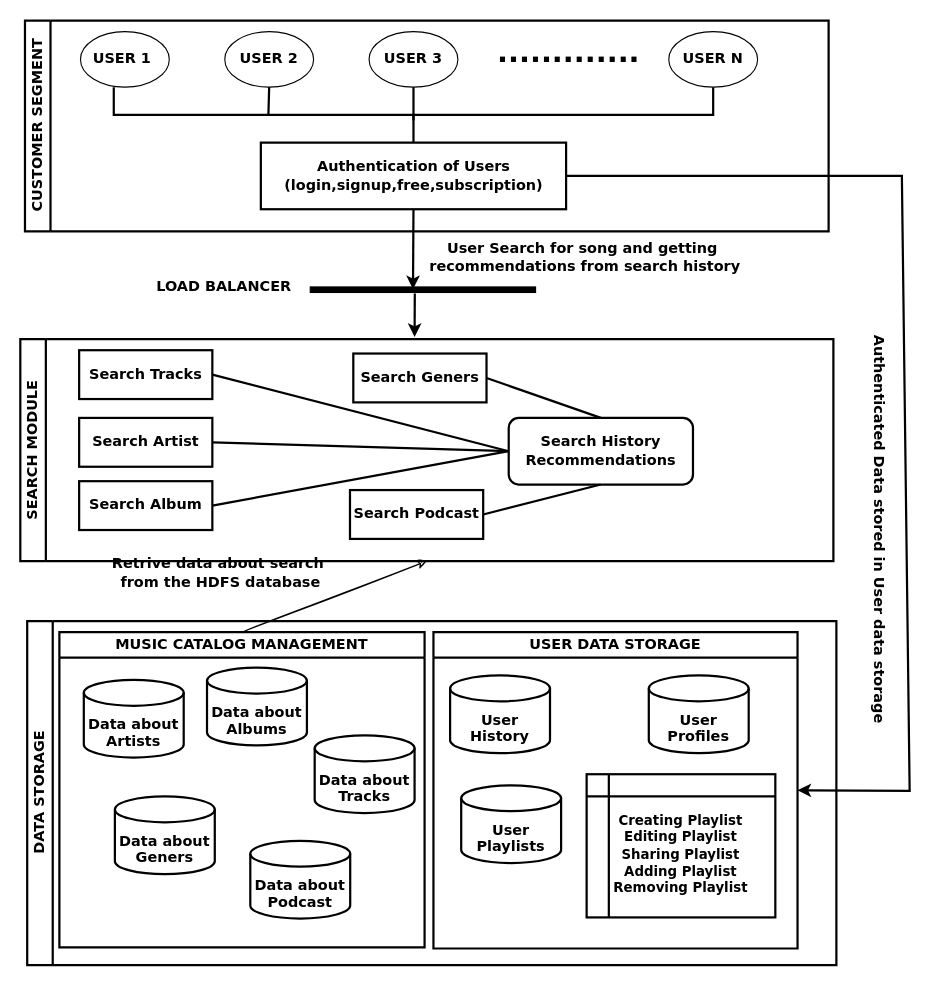
The draw.io diagram moksha_spotify.drawio in ChanumoluGayathri/System_Design, before the edit. Source tidied: cells renumbered, new cells numbered last; positions are measured from the earlier drawing's top-left corner, leaving out a move shared by most shapes. Both pictures are drawn from the tidied source at 111%, with x=0, y=0 at pixel (20, 20).
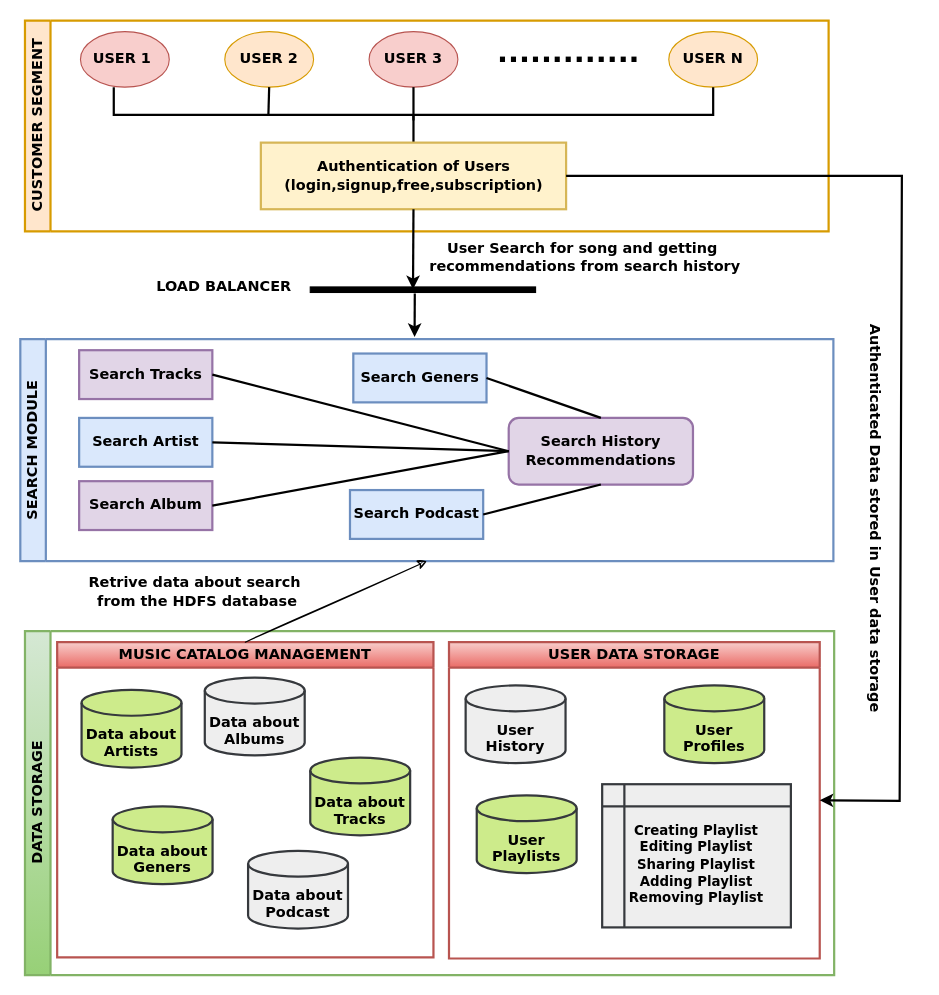
Above is the later version.

Change to the diagram source:
```diff
@@
-    <mxCell id="2" value="&lt;font style=&quot;font-size: 13px;&quot; face=&quot;Verdana&quot;&gt;&lt;b&gt;USER 1&amp;nbsp;&lt;/b&gt;&lt;/font&gt;" style="ellipse;whiteSpace=wrap;html=1;hachureGap=4;fontFamily=Architects Daughter;" parent="1" vertex="1">
+    <mxCell id="2" value="&lt;font style=&quot;font-size: 13px;&quot; face=&quot;Verdana&quot;&gt;&lt;b&gt;USER 1&amp;nbsp;&lt;/b&gt;&lt;/font&gt;" style="ellipse;whiteSpace=wrap;html=1;hachureGap=4;fontFamily=Architects Daughter;fillColor=#f8cecc;strokeColor=#b85450;" parent="1" vertex="1">
       <mxGeometry x="54" y="10" width="80" height="50" as="geometry" />
     </mxCell>
-    <mxCell id="3" value="&lt;b style=&quot;font-family: Verdana; font-size: 13px;&quot;&gt;USER 3&lt;/b&gt;" style="ellipse;whiteSpace=wrap;html=1;hachureGap=4;fontFamily=Architects Daughter;" parent="1" vertex="1">
+    <mxCell id="3" value="&lt;b style=&quot;font-family: Verdana; font-size: 13px;&quot;&gt;USER 3&lt;/b&gt;" style="ellipse;whiteSpace=wrap;html=1;hachureGap=4;fontFamily=Architects Daughter;fillColor=#f8cecc;strokeColor=#b85450;" parent="1" vertex="1">
       <mxGeometry x="314" y="10" width="80" height="50" as="geometry" />
     </mxCell>
-    <mxCell id="4" value="&lt;b style=&quot;font-family: Verdana; font-size: 13px;&quot;&gt;USER 2&lt;/b&gt;" style="ellipse;whiteSpace=wrap;html=1;hachureGap=4;fontFamily=Architects Daughter;" parent="1" vertex="1">
+    <mxCell id="4" value="&lt;b style=&quot;font-family: Verdana; font-size: 13px;&quot;&gt;USER 2&lt;/b&gt;" style="ellipse;whiteSpace=wrap;html=1;hachureGap=4;fontFamily=Architects Daughter;fillColor=#ffe6cc;strokeColor=#d79b00;" parent="1" vertex="1">
       <mxGeometry x="184" y="10" width="80" height="50" as="geometry" />
     </mxCell>
@@
-    <mxCell id="6" value="&lt;b style=&quot;font-family: Verdana; font-size: 13px;&quot;&gt;USER N&lt;/b&gt;" style="ellipse;whiteSpace=wrap;html=1;hachureGap=4;fontFamily=Architects Daughter;" parent="1" vertex="1">
+    <mxCell id="6" value="&lt;b style=&quot;font-family: Verdana; font-size: 13px;&quot;&gt;USER N&lt;/b&gt;" style="ellipse;whiteSpace=wrap;html=1;hachureGap=4;fontFamily=Architects Daughter;fillColor=#ffe6cc;strokeColor=#d79b00;" parent="1" vertex="1">
       <mxGeometry x="584" y="10" width="80" height="50" as="geometry" />
     </mxCell>
@@
-    <mxCell id="10" value="&lt;font style=&quot;font-size: 13px;&quot; face=&quot;Verdana&quot;&gt;&lt;b&gt;Authentication of Users&lt;/b&gt;&lt;/font&gt;&lt;div&gt;&lt;font style=&quot;font-size: 13px;&quot; face=&quot;Verdana&quot;&gt;&lt;b&gt;(login,signup,free,subscription)&lt;/b&gt;&lt;/font&gt;&lt;/div&gt;" style="rounded=0;whiteSpace=wrap;html=1;hachureGap=4;fontFamily=Architects Daughter;strokeWidth=2;" parent="1" vertex="1">
+    <mxCell id="10" value="&lt;font style=&quot;font-size: 13px;&quot; face=&quot;Verdana&quot;&gt;&lt;b&gt;Authentication of Users&lt;/b&gt;&lt;/font&gt;&lt;div&gt;&lt;font style=&quot;font-size: 13px;&quot; face=&quot;Verdana&quot;&gt;&lt;b&gt;(login,signup,free,subscription)&lt;/b&gt;&lt;/font&gt;&lt;/div&gt;" style="rounded=0;whiteSpace=wrap;html=1;hachureGap=4;fontFamily=Architects Daughter;strokeWidth=2;fillColor=#fff2cc;strokeColor=#d6b656;" parent="1" vertex="1">
       <mxGeometry x="216.5" y="110" width="275" height="60" as="geometry" />
     </mxCell>
-    <mxCell id="11" value="&lt;font style=&quot;font-size: 13px;&quot; face=&quot;Verdana&quot;&gt;CUSTOMER SEGMENT&lt;/font&gt;" style="swimlane;horizontal=0;whiteSpace=wrap;html=1;hachureGap=4;fontFamily=Architects Daughter;strokeWidth=2;" parent="1" vertex="1">
+    <mxCell id="11" value="&lt;font style=&quot;font-size: 13px;&quot; face=&quot;Verdana&quot;&gt;CUSTOMER SEGMENT&lt;/font&gt;" style="swimlane;horizontal=0;whiteSpace=wrap;html=1;hachureGap=4;fontFamily=Architects Daughter;strokeWidth=2;fillColor=#ffe6cc;strokeColor=#d79b00;" parent="1" vertex="1">
       <mxGeometry x="4" width="724" height="190" as="geometry" />
     </mxCell>
-    <mxCell id="12" value="&lt;font style=&quot;font-size: 13px;&quot; face=&quot;Verdana&quot;&gt;DATA STORAGE&lt;/font&gt;" style="swimlane;horizontal=0;whiteSpace=wrap;html=1;hachureGap=4;fontFamily=Architects Daughter;strokeWidth=2;" parent="1" vertex="1">
-      <mxGeometry x="6" y="541" width="729" height="310" as="geometry" />
+    <mxCell id="12" value="&lt;font style=&quot;font-size: 13px;&quot; face=&quot;Verdana&quot;&gt;DATA STORAGE&lt;/font&gt;" style="swimlane;horizontal=0;whiteSpace=wrap;html=1;hachureGap=4;fontFamily=Architects Daughter;strokeWidth=2;fillColor=#d5e8d4;gradientColor=#97d077;strokeColor=#82b366;" parent="1" vertex="1">
+      <mxGeometry x="4" y="550" width="729" height="310" as="geometry" />
     </mxCell>
-    <mxCell id="13" value="&lt;span style=&quot;font-family: Verdana; font-size: 13px;&quot;&gt;MUSIC CATALOG MANAGEMENT&lt;/span&gt;" style="swimlane;whiteSpace=wrap;html=1;hachureGap=4;fontFamily=Architects Daughter;strokeWidth=2;" parent="12" vertex="1">
-      <mxGeometry x="29" y="10" width="329" height="284" as="geometry" />
+    <mxCell id="13" value="&lt;span style=&quot;font-family: Verdana; font-size: 13px;&quot;&gt;MUSIC CATALOG MANAGEMENT&lt;/span&gt;" style="swimlane;whiteSpace=wrap;html=1;hachureGap=4;fontFamily=Architects Daughter;strokeWidth=2;fillColor=#f8cecc;strokeColor=#b85450;gradientColor=#ea6b66;" parent="12" vertex="1">
+      <mxGeometry x="29" y="10" width="339" height="284" as="geometry" />
     </mxCell>
-    <mxCell id="14" value="&lt;p style=&quot;line-height: 110%;&quot;&gt;&lt;font size=&quot;1&quot; face=&quot;Verdana&quot;&gt;&lt;b style=&quot;font-size: 13px;&quot;&gt;&lt;br&gt;&lt;/b&gt;&lt;/font&gt;&lt;/p&gt;&lt;p style=&quot;line-height: 110%;&quot;&gt;&lt;font size=&quot;1&quot; face=&quot;Verdana&quot;&gt;&lt;b style=&quot;font-size: 13px;&quot;&gt;Data about Podcast&lt;/b&gt;&lt;/font&gt;&lt;/p&gt;" style="strokeWidth=2;html=1;shape=mxgraph.flowchart.database;whiteSpace=wrap;hachureGap=4;fontFamily=Architects Daughter;" parent="13" vertex="1">
+    <mxCell id="14" value="&lt;p style=&quot;line-height: 110%;&quot;&gt;&lt;font size=&quot;1&quot; face=&quot;Verdana&quot;&gt;&lt;b style=&quot;font-size: 13px;&quot;&gt;&lt;br&gt;&lt;/b&gt;&lt;/font&gt;&lt;/p&gt;&lt;p style=&quot;line-height: 110%;&quot;&gt;&lt;font size=&quot;1&quot; face=&quot;Verdana&quot;&gt;&lt;b style=&quot;font-size: 13px;&quot;&gt;Data about Podcast&lt;/b&gt;&lt;/font&gt;&lt;/p&gt;" style="strokeWidth=2;html=1;shape=mxgraph.flowchart.database;whiteSpace=wrap;hachureGap=4;fontFamily=Architects Daughter;fillColor=#eeeeee;strokeColor=#36393d;" parent="13" vertex="1">
       <mxGeometry x="172" y="188" width="90" height="70" as="geometry" />
     </mxCell>
-    <mxCell id="15" value="&lt;p style=&quot;line-height: 110%;&quot;&gt;&lt;font size=&quot;1&quot; face=&quot;Verdana&quot;&gt;&lt;b style=&quot;font-size: 13px;&quot;&gt;&lt;br&gt;&lt;/b&gt;&lt;/font&gt;&lt;/p&gt;&lt;p style=&quot;line-height: 110%;&quot;&gt;&lt;font size=&quot;1&quot; face=&quot;Verdana&quot;&gt;&lt;b style=&quot;font-size: 13px;&quot;&gt;Data about Tracks&lt;/b&gt;&lt;/font&gt;&lt;/p&gt;" style="strokeWidth=2;html=1;shape=mxgraph.flowchart.database;whiteSpace=wrap;hachureGap=4;fontFamily=Architects Daughter;" parent="13" vertex="1">
-      <mxGeometry x="230" y="93" width="90" height="70" as="geometry" />
+    <mxCell id="15" value="&lt;p style=&quot;line-height: 110%;&quot;&gt;&lt;font size=&quot;1&quot; face=&quot;Verdana&quot;&gt;&lt;b style=&quot;font-size: 13px;&quot;&gt;&lt;br&gt;&lt;/b&gt;&lt;/font&gt;&lt;/p&gt;&lt;p style=&quot;line-height: 110%;&quot;&gt;&lt;font size=&quot;1&quot; face=&quot;Verdana&quot;&gt;&lt;b style=&quot;font-size: 13px;&quot;&gt;Data about Tracks&lt;/b&gt;&lt;/font&gt;&lt;/p&gt;" style="strokeWidth=2;html=1;shape=mxgraph.flowchart.database;whiteSpace=wrap;hachureGap=4;fontFamily=Architects Daughter;fillColor=#cdeb8b;strokeColor=#36393d;" parent="13" vertex="1">
+      <mxGeometry x="228" y="104" width="90" height="70" as="geometry" />
     </mxCell>
-    <mxCell id="16" value="&lt;p style=&quot;line-height: 110%;&quot;&gt;&lt;font size=&quot;1&quot; face=&quot;Verdana&quot;&gt;&lt;b style=&quot;font-size: 13px;&quot;&gt;&lt;br&gt;&lt;/b&gt;&lt;/font&gt;&lt;/p&gt;&lt;p style=&quot;line-height: 110%;&quot;&gt;&lt;font size=&quot;1&quot; face=&quot;Verdana&quot;&gt;&lt;b style=&quot;font-size: 13px;&quot;&gt;Data about Geners&lt;/b&gt;&lt;/font&gt;&lt;/p&gt;" style="strokeWidth=2;html=1;shape=mxgraph.flowchart.database;whiteSpace=wrap;hachureGap=4;fontFamily=Architects Daughter;" parent="13" vertex="1">
+    <mxCell id="16" value="&lt;p style=&quot;line-height: 110%;&quot;&gt;&lt;font size=&quot;1&quot; face=&quot;Verdana&quot;&gt;&lt;b style=&quot;font-size: 13px;&quot;&gt;&lt;br&gt;&lt;/b&gt;&lt;/font&gt;&lt;/p&gt;&lt;p style=&quot;line-height: 110%;&quot;&gt;&lt;font size=&quot;1&quot; face=&quot;Verdana&quot;&gt;&lt;b style=&quot;font-size: 13px;&quot;&gt;Data about Geners&lt;/b&gt;&lt;/font&gt;&lt;/p&gt;" style="strokeWidth=2;html=1;shape=mxgraph.flowchart.database;whiteSpace=wrap;hachureGap=4;fontFamily=Architects Daughter;fillColor=#cdeb8b;strokeColor=#36393d;" parent="13" vertex="1">
       <mxGeometry x="50" y="148" width="90" height="70" as="geometry" />
     </mxCell>
-    <mxCell id="17" value="&lt;p style=&quot;line-height: 110%;&quot;&gt;&lt;font size=&quot;1&quot; face=&quot;Verdana&quot;&gt;&lt;b style=&quot;font-size: 13px;&quot;&gt;&lt;br&gt;&lt;/b&gt;&lt;/font&gt;&lt;/p&gt;&lt;p style=&quot;line-height: 110%;&quot;&gt;&lt;font size=&quot;1&quot; face=&quot;Verdana&quot;&gt;&lt;b style=&quot;font-size: 13px;&quot;&gt;Data about Albums&lt;/b&gt;&lt;/font&gt;&lt;/p&gt;" style="strokeWidth=2;html=1;shape=mxgraph.flowchart.database;whiteSpace=wrap;hachureGap=4;fontFamily=Architects Daughter;" parent="13" vertex="1">
+    <mxCell id="17" value="&lt;p style=&quot;line-height: 110%;&quot;&gt;&lt;font size=&quot;1&quot; face=&quot;Verdana&quot;&gt;&lt;b style=&quot;font-size: 13px;&quot;&gt;&lt;br&gt;&lt;/b&gt;&lt;/font&gt;&lt;/p&gt;&lt;p style=&quot;line-height: 110%;&quot;&gt;&lt;font size=&quot;1&quot; face=&quot;Verdana&quot;&gt;&lt;b style=&quot;font-size: 13px;&quot;&gt;Data about Albums&lt;/b&gt;&lt;/font&gt;&lt;/p&gt;" style="strokeWidth=2;html=1;shape=mxgraph.flowchart.database;whiteSpace=wrap;hachureGap=4;fontFamily=Architects Daughter;fillColor=#eeeeee;strokeColor=#36393d;" parent="13" vertex="1">
       <mxGeometry x="133" y="32" width="90" height="70" as="geometry" />
     </mxCell>
-    <mxCell id="18" value="&lt;p style=&quot;line-height: 110%;&quot;&gt;&lt;font size=&quot;1&quot; face=&quot;Verdana&quot;&gt;&lt;b style=&quot;font-size: 13px;&quot;&gt;&lt;br&gt;&lt;/b&gt;&lt;/font&gt;&lt;/p&gt;&lt;p style=&quot;line-height: 110%;&quot;&gt;&lt;font size=&quot;1&quot; face=&quot;Verdana&quot;&gt;&lt;b style=&quot;font-size: 13px;&quot;&gt;Data about Artists&lt;/b&gt;&lt;/font&gt;&lt;/p&gt;" style="strokeWidth=2;html=1;shape=mxgraph.flowchart.database;whiteSpace=wrap;hachureGap=4;fontFamily=Architects Daughter;" parent="13" vertex="1">
+    <mxCell id="18" value="&lt;p style=&quot;line-height: 110%;&quot;&gt;&lt;font size=&quot;1&quot; face=&quot;Verdana&quot;&gt;&lt;b style=&quot;font-size: 13px;&quot;&gt;&lt;br&gt;&lt;/b&gt;&lt;/font&gt;&lt;/p&gt;&lt;p style=&quot;line-height: 110%;&quot;&gt;&lt;font size=&quot;1&quot; face=&quot;Verdana&quot;&gt;&lt;b style=&quot;font-size: 13px;&quot;&gt;Data about Artists&lt;/b&gt;&lt;/font&gt;&lt;/p&gt;" style="strokeWidth=2;html=1;shape=mxgraph.flowchart.database;whiteSpace=wrap;hachureGap=4;fontFamily=Architects Daughter;fillColor=#cdeb8b;strokeColor=#36393d;" parent="13" vertex="1">
       <mxGeometry x="22" y="43" width="90" height="70" as="geometry" />
     </mxCell>
-    <mxCell id="19" value="&lt;span style=&quot;font-family: Verdana; font-size: 13px;&quot;&gt;USER DATA STORAGE&lt;/span&gt;" style="swimlane;whiteSpace=wrap;html=1;hachureGap=4;fontFamily=Architects Daughter;startSize=23;strokeWidth=2;" parent="12" vertex="1">
-      <mxGeometry x="366" y="10" width="328" height="285" as="geometry" />
+    <mxCell id="19" value="&lt;span style=&quot;font-family: Verdana; font-size: 13px;&quot;&gt;USER DATA STORAGE&lt;/span&gt;" style="swimlane;whiteSpace=wrap;html=1;hachureGap=4;fontFamily=Architects Daughter;startSize=23;strokeWidth=2;fillColor=#f8cecc;strokeColor=#b85450;gradientColor=#ea6b66;" parent="12" vertex="1">
+      <mxGeometry x="382" y="10" width="334" height="285" as="geometry" />
     </mxCell>
-    <mxCell id="20" value="&lt;p style=&quot;line-height: 110%;&quot;&gt;&lt;font size=&quot;1&quot; face=&quot;Verdana&quot;&gt;&lt;b style=&quot;font-size: 13px;&quot;&gt;&lt;br&gt;&lt;/b&gt;&lt;/font&gt;&lt;/p&gt;&lt;p style=&quot;line-height: 110%;&quot;&gt;&lt;font face=&quot;Verdana&quot;&gt;&lt;span style=&quot;font-size: 13px;&quot;&gt;&lt;b&gt;User History&lt;/b&gt;&lt;/span&gt;&lt;/font&gt;&lt;/p&gt;" style="strokeWidth=2;html=1;shape=mxgraph.flowchart.database;whiteSpace=wrap;hachureGap=4;fontFamily=Architects Daughter;" parent="19" vertex="1">
+    <mxCell id="20" value="&lt;p style=&quot;line-height: 110%;&quot;&gt;&lt;font size=&quot;1&quot; face=&quot;Verdana&quot;&gt;&lt;b style=&quot;font-size: 13px;&quot;&gt;&lt;br&gt;&lt;/b&gt;&lt;/font&gt;&lt;/p&gt;&lt;p style=&quot;line-height: 110%;&quot;&gt;&lt;font face=&quot;Verdana&quot;&gt;&lt;span style=&quot;font-size: 13px;&quot;&gt;&lt;b&gt;User History&lt;/b&gt;&lt;/span&gt;&lt;/font&gt;&lt;/p&gt;" style="strokeWidth=2;html=1;shape=mxgraph.flowchart.database;whiteSpace=wrap;hachureGap=4;fontFamily=Architects Daughter;fillColor=#eeeeee;strokeColor=#36393d;" parent="19" vertex="1">
       <mxGeometry x="15" y="39" width="90" height="70" as="geometry" />
     </mxCell>
-    <mxCell id="21" value="&lt;p style=&quot;line-height: 110%;&quot;&gt;&lt;font size=&quot;1&quot; face=&quot;Verdana&quot;&gt;&lt;b style=&quot;font-size: 13px;&quot;&gt;&lt;br&gt;&lt;/b&gt;&lt;/font&gt;&lt;/p&gt;&lt;p style=&quot;line-height: 110%;&quot;&gt;&lt;font face=&quot;Verdana&quot;&gt;&lt;span style=&quot;font-size: 13px;&quot;&gt;&lt;b&gt;User Profiles&lt;/b&gt;&lt;/span&gt;&lt;/font&gt;&lt;/p&gt;" style="strokeWidth=2;html=1;shape=mxgraph.flowchart.database;whiteSpace=wrap;hachureGap=4;fontFamily=Architects Daughter;" parent="19" vertex="1">
+    <mxCell id="21" value="&lt;p style=&quot;line-height: 110%;&quot;&gt;&lt;font size=&quot;1&quot; face=&quot;Verdana&quot;&gt;&lt;b style=&quot;font-size: 13px;&quot;&gt;&lt;br&gt;&lt;/b&gt;&lt;/font&gt;&lt;/p&gt;&lt;p style=&quot;line-height: 110%;&quot;&gt;&lt;font face=&quot;Verdana&quot;&gt;&lt;span style=&quot;font-size: 13px;&quot;&gt;&lt;b&gt;User Profiles&lt;/b&gt;&lt;/span&gt;&lt;/font&gt;&lt;/p&gt;" style="strokeWidth=2;html=1;shape=mxgraph.flowchart.database;whiteSpace=wrap;hachureGap=4;fontFamily=Architects Daughter;fillColor=#cdeb8b;strokeColor=#36393d;" parent="19" vertex="1">
       <mxGeometry x="194" y="39" width="90" height="70" as="geometry" />
     </mxCell>
-    <mxCell id="22" value="&lt;p style=&quot;line-height: 110%;&quot;&gt;&lt;font size=&quot;1&quot; face=&quot;Verdana&quot;&gt;&lt;b style=&quot;font-size: 13px;&quot;&gt;&lt;br&gt;&lt;/b&gt;&lt;/font&gt;&lt;/p&gt;&lt;p style=&quot;line-height: 110%;&quot;&gt;&lt;font face=&quot;Verdana&quot;&gt;&lt;span style=&quot;font-size: 13px;&quot;&gt;&lt;b&gt;User Playlists&lt;/b&gt;&lt;/span&gt;&lt;/font&gt;&lt;/p&gt;" style="strokeWidth=2;html=1;shape=mxgraph.flowchart.database;whiteSpace=wrap;hachureGap=4;fontFamily=Architects Daughter;" parent="19" vertex="1">
+    <mxCell id="22" value="&lt;p style=&quot;line-height: 110%;&quot;&gt;&lt;font size=&quot;1&quot; face=&quot;Verdana&quot;&gt;&lt;b style=&quot;font-size: 13px;&quot;&gt;&lt;br&gt;&lt;/b&gt;&lt;/font&gt;&lt;/p&gt;&lt;p style=&quot;line-height: 110%;&quot;&gt;&lt;font face=&quot;Verdana&quot;&gt;&lt;span style=&quot;font-size: 13px;&quot;&gt;&lt;b&gt;User Playlists&lt;/b&gt;&lt;/span&gt;&lt;/font&gt;&lt;/p&gt;" style="strokeWidth=2;html=1;shape=mxgraph.flowchart.database;whiteSpace=wrap;hachureGap=4;fontFamily=Architects Daughter;fillColor=#cdeb8b;strokeColor=#36393d;" parent="19" vertex="1">
       <mxGeometry x="25" y="138" width="90" height="70" as="geometry" />
     </mxCell>
-    <mxCell id="23" value="&lt;div&gt;&lt;font face=&quot;Verdana&quot;&gt;&lt;b&gt;&lt;br&gt;&lt;/b&gt;&lt;/font&gt;&lt;/div&gt;&lt;font face=&quot;Verdana&quot;&gt;&lt;b&gt;Creating Playlist&lt;/b&gt;&lt;/font&gt;&lt;div&gt;&lt;b style=&quot;font-family: Verdana;&quot;&gt;Editing Playlist&lt;/b&gt;&lt;font face=&quot;Verdana&quot;&gt;&lt;b&gt;&lt;br&gt;&lt;/b&gt;&lt;/font&gt;&lt;/div&gt;&lt;div&gt;&lt;b style=&quot;font-family: Verdana;&quot;&gt;Sharing Playlist&lt;/b&gt;&lt;b style=&quot;font-family: Verdana;&quot;&gt;&lt;br&gt;&lt;/b&gt;&lt;/div&gt;&lt;div&gt;&lt;b style=&quot;font-family: Verdana;&quot;&gt;Adding Playlist&lt;/b&gt;&lt;/div&gt;&lt;div&gt;&lt;font face=&quot;Verdana&quot;&gt;&lt;b&gt;Removing Playlist&lt;/b&gt;&lt;/font&gt;&lt;/div&gt;" style="shape=internalStorage;whiteSpace=wrap;html=1;backgroundOutline=1;hachureGap=4;fontFamily=Architects Daughter;strokeWidth=2;" parent="19" vertex="1">
+    <mxCell id="23" value="&lt;div&gt;&lt;font face=&quot;Verdana&quot;&gt;&lt;b&gt;&lt;br&gt;&lt;/b&gt;&lt;/font&gt;&lt;/div&gt;&lt;font face=&quot;Verdana&quot;&gt;&lt;b&gt;Creating Playlist&lt;/b&gt;&lt;/font&gt;&lt;div&gt;&lt;b style=&quot;font-family: Verdana;&quot;&gt;Editing Playlist&lt;/b&gt;&lt;font face=&quot;Verdana&quot;&gt;&lt;b&gt;&lt;br&gt;&lt;/b&gt;&lt;/font&gt;&lt;/div&gt;&lt;div&gt;&lt;b style=&quot;font-family: Verdana;&quot;&gt;Sharing Playlist&lt;/b&gt;&lt;b style=&quot;font-family: Verdana;&quot;&gt;&lt;br&gt;&lt;/b&gt;&lt;/div&gt;&lt;div&gt;&lt;b style=&quot;font-family: Verdana;&quot;&gt;Adding Playlist&lt;/b&gt;&lt;/div&gt;&lt;div&gt;&lt;font face=&quot;Verdana&quot;&gt;&lt;b&gt;Removing Playlist&lt;/b&gt;&lt;/font&gt;&lt;/div&gt;" style="shape=internalStorage;whiteSpace=wrap;html=1;backgroundOutline=1;hachureGap=4;fontFamily=Architects Daughter;strokeWidth=2;fillColor=#eeeeee;strokeColor=#36393d;" parent="19" vertex="1">
       <mxGeometry x="138" y="128" width="170" height="129" as="geometry" />
     </mxCell>
-    <mxCell id="24" value="&lt;font face=&quot;Verdana&quot;&gt;&lt;span style=&quot;font-size: 13px;&quot;&gt;SEARCH MODULE&lt;/span&gt;&lt;/font&gt;" style="swimlane;horizontal=0;whiteSpace=wrap;html=1;hachureGap=4;fontFamily=Architects Daughter;strokeWidth=2;" parent="1" vertex="1">
+    <mxCell id="24" value="&lt;font face=&quot;Verdana&quot;&gt;&lt;span style=&quot;font-size: 13px;&quot;&gt;SEARCH MODULE&lt;/span&gt;&lt;/font&gt;" style="swimlane;horizontal=0;whiteSpace=wrap;html=1;hachureGap=4;fontFamily=Architects Daughter;strokeWidth=2;fillColor=#dae8fc;strokeColor=#6c8ebf;" parent="1" vertex="1">
       <mxGeometry x="-0.2" y="287" width="732.5" height="200" as="geometry" />
     </mxCell>
-    <mxCell id="25" value="&lt;font size=&quot;1&quot; face=&quot;Verdana&quot;&gt;&lt;b style=&quot;font-size: 13px;&quot;&gt;Search Artist&lt;/b&gt;&lt;/font&gt;" style="rounded=0;whiteSpace=wrap;html=1;hachureGap=4;fontFamily=Architects Daughter;strokeWidth=2;" parent="24" vertex="1">
+    <mxCell id="25" value="&lt;font size=&quot;1&quot; face=&quot;Verdana&quot;&gt;&lt;b style=&quot;font-size: 13px;&quot;&gt;Search Artist&lt;/b&gt;&lt;/font&gt;" style="rounded=0;whiteSpace=wrap;html=1;hachureGap=4;fontFamily=Architects Daughter;strokeWidth=2;fillColor=#dae8fc;strokeColor=#6c8ebf;" parent="24" vertex="1">
       <mxGeometry x="53" y="71" width="120" height="44" as="geometry" />
     </mxCell>
-    <mxCell id="26" value="&lt;font size=&quot;1&quot; face=&quot;Verdana&quot;&gt;&lt;b style=&quot;font-size: 13px;&quot;&gt;Search Tracks&lt;/b&gt;&lt;/font&gt;" style="rounded=0;whiteSpace=wrap;html=1;hachureGap=4;fontFamily=Architects Daughter;strokeWidth=2;" parent="24" vertex="1">
+    <mxCell id="26" value="&lt;font size=&quot;1&quot; face=&quot;Verdana&quot;&gt;&lt;b style=&quot;font-size: 13px;&quot;&gt;Search Tracks&lt;/b&gt;&lt;/font&gt;" style="rounded=0;whiteSpace=wrap;html=1;hachureGap=4;fontFamily=Architects Daughter;strokeWidth=2;fillColor=#e1d5e7;strokeColor=#9673a6;" parent="24" vertex="1">
       <mxGeometry x="53" y="10" width="120" height="44" as="geometry" />
     </mxCell>
-    <mxCell id="27" value="&lt;font size=&quot;1&quot; face=&quot;Verdana&quot;&gt;&lt;b style=&quot;font-size: 13px;&quot;&gt;Search Geners&lt;/b&gt;&lt;/font&gt;" style="rounded=0;whiteSpace=wrap;html=1;hachureGap=4;fontFamily=Architects Daughter;strokeWidth=2;" parent="24" vertex="1">
+    <mxCell id="27" value="&lt;font size=&quot;1&quot; face=&quot;Verdana&quot;&gt;&lt;b style=&quot;font-size: 13px;&quot;&gt;Search Geners&lt;/b&gt;&lt;/font&gt;" style="rounded=0;whiteSpace=wrap;html=1;hachureGap=4;fontFamily=Architects Daughter;strokeWidth=2;fillColor=#dae8fc;strokeColor=#6c8ebf;" parent="24" vertex="1">
       <mxGeometry x="300" y="13" width="120" height="44" as="geometry" />
     </mxCell>
-    <mxCell id="28" value="&lt;font size=&quot;1&quot; face=&quot;Verdana&quot;&gt;&lt;b style=&quot;font-size: 13px;&quot;&gt;Search Podcast&lt;/b&gt;&lt;/font&gt;" style="rounded=0;whiteSpace=wrap;html=1;hachureGap=4;fontFamily=Architects Daughter;strokeWidth=2;" parent="24" vertex="1">
+    <mxCell id="28" value="&lt;font size=&quot;1&quot; face=&quot;Verdana&quot;&gt;&lt;b style=&quot;font-size: 13px;&quot;&gt;Search Podcast&lt;/b&gt;&lt;/font&gt;" style="rounded=0;whiteSpace=wrap;html=1;hachureGap=4;fontFamily=Architects Daughter;strokeWidth=2;fillColor=#dae8fc;strokeColor=#6c8ebf;" parent="24" vertex="1">
       <mxGeometry x="297" y="136" width="120" height="44" as="geometry" />
     </mxCell>
-    <mxCell id="29" value="&lt;font size=&quot;1&quot; face=&quot;Verdana&quot;&gt;&lt;b style=&quot;font-size: 13px;&quot;&gt;Search Album&lt;/b&gt;&lt;/font&gt;" style="rounded=0;whiteSpace=wrap;html=1;hachureGap=4;fontFamily=Architects Daughter;strokeWidth=2;" parent="24" vertex="1">
+    <mxCell id="29" value="&lt;font size=&quot;1&quot; face=&quot;Verdana&quot;&gt;&lt;b style=&quot;font-size: 13px;&quot;&gt;Search Album&lt;/b&gt;&lt;/font&gt;" style="rounded=0;whiteSpace=wrap;html=1;hachureGap=4;fontFamily=Architects Daughter;strokeWidth=2;fillColor=#e1d5e7;strokeColor=#9673a6;" parent="24" vertex="1">
       <mxGeometry x="53" y="128" width="120" height="44" as="geometry" />
     </mxCell>
-    <mxCell id="30" value="&lt;font size=&quot;1&quot; face=&quot;Verdana&quot;&gt;&lt;b style=&quot;font-size: 13px;&quot;&gt;Search History Recommendations&lt;/b&gt;&lt;/font&gt;" style="rounded=1;whiteSpace=wrap;html=1;hachureGap=4;fontFamily=Architects Daughter;strokeWidth=2;" parent="24" vertex="1">
+    <mxCell id="30" value="&lt;font size=&quot;1&quot; face=&quot;Verdana&quot;&gt;&lt;b style=&quot;font-size: 13px;&quot;&gt;Search History Recommendations&lt;/b&gt;&lt;/font&gt;" style="rounded=1;whiteSpace=wrap;html=1;hachureGap=4;fontFamily=Architects Daughter;strokeWidth=2;fillColor=#e1d5e7;strokeColor=#9673a6;" parent="24" vertex="1">
       <mxGeometry x="440" y="71" width="166" height="60" as="geometry" />
     </mxCell>
@@
     <mxCell id="39" value="&lt;font size=&quot;1&quot; face=&quot;Verdana&quot;&gt;&lt;b style=&quot;font-size: 13px;&quot;&gt;Retrive data about search&amp;nbsp;&lt;/b&gt;&lt;/font&gt;&lt;div&gt;&lt;font size=&quot;1&quot; face=&quot;Verdana&quot;&gt;&lt;b style=&quot;font-size: 13px;&quot;&gt;from the HDFS database&lt;/b&gt;&lt;/font&gt;&lt;/div&gt;" style="text;html=1;align=center;verticalAlign=middle;strokeColor=none;fillColor=none;fontFamily=Architects Daughter;" parent="1" vertex="1">
-      <mxGeometry x="74" y="475" width="211" height="46" as="geometry" />
+      <mxGeometry x="53" y="492" width="211" height="46" as="geometry" />
     </mxCell>
     <mxCell id="40" style="endArrow=classic;html=1;rounded=0;hachureGap=4;fontFamily=Architects Daughter;exitX=1;exitY=0.5;exitDx=0;exitDy=0;entryX=1;entryY=0.5;entryDx=0;entryDy=0;strokeWidth=2;" parent="1" edge="1" source="10" target="19">
       <mxGeometry relative="1" as="geometry">
         <Array as="points">
           <mxPoint x="794" y="140" />
-          <mxPoint x="801" y="694" />
+          <mxPoint x="792" y="703" />
         </Array>
       </mxGeometry>
     </mxCell>
```
